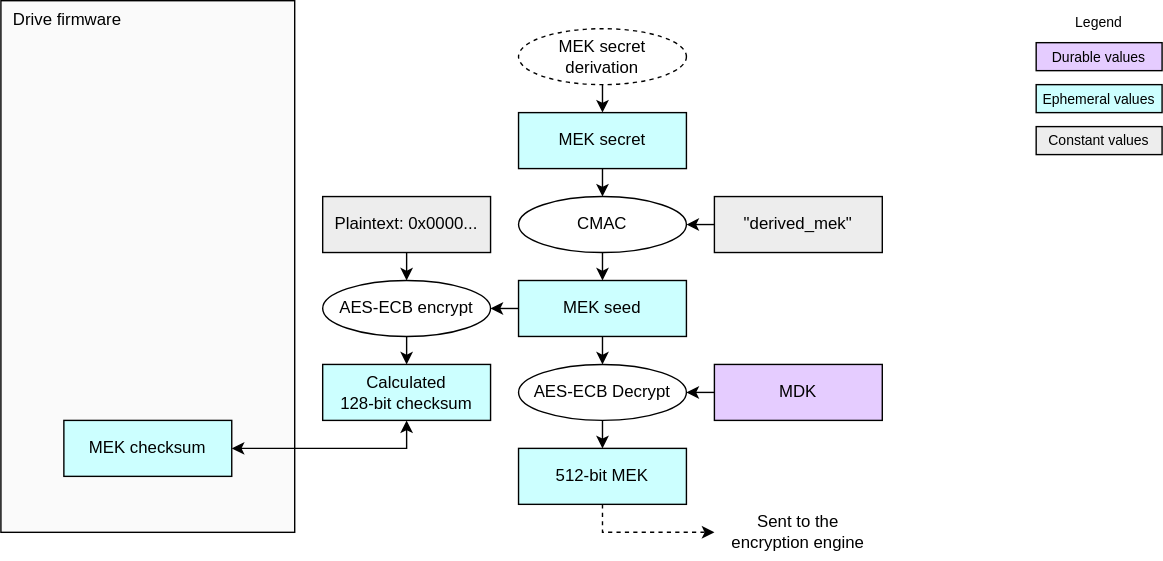
Before: doc/ocp_lock/diagrams/mek_derive.drawio.svg, a diagram exported from draw.io (chipsalliance/Caliptra). Source tidied: cells renumbered, new cells last; positions are measured from the earlier drawing's top-left corner, leaving out a move shared by most shapes.
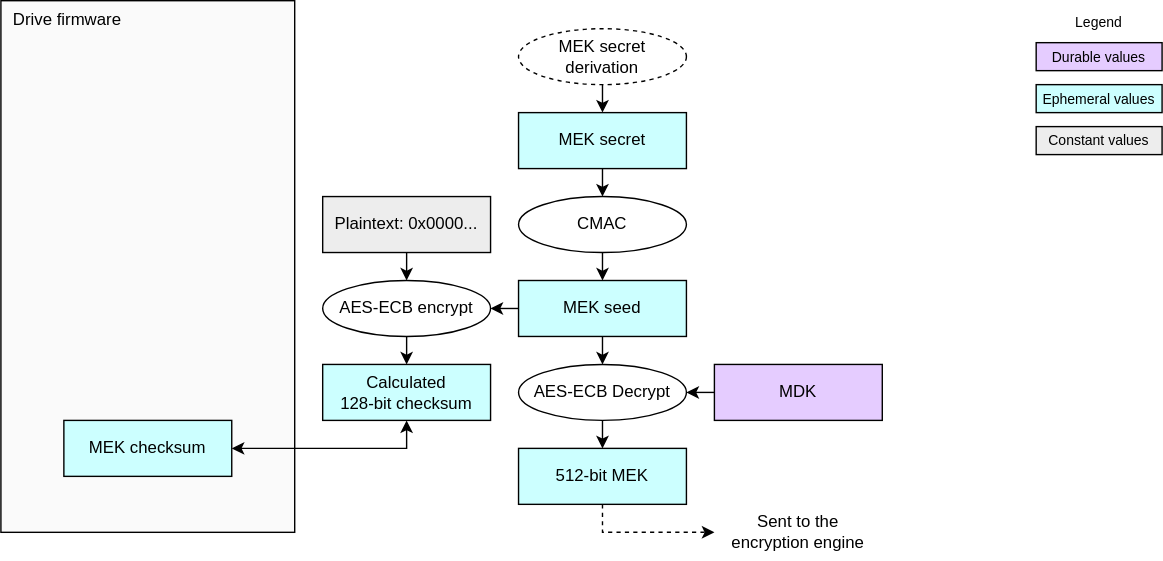
Later version of the same file.

The edit, as a diff of the source:
```diff
@@ -14,12 +14,6 @@
     <mxCell id="5" value="CMAC" style="ellipse;whiteSpace=wrap;html=1;fillColor=#FFFFFF;" parent="1" vertex="1">
       <mxGeometry x="370" y="140" width="120" height="40" as="geometry" />
     </mxCell>
-    <mxCell id="6" style="edgeStyle=none;html=1;exitX=0;exitY=0.5;exitDx=0;exitDy=0;entryX=1;entryY=0.5;entryDx=0;entryDy=0;" parent="1" edge="1" source="7" target="5">
-      <mxGeometry relative="1" as="geometry" />
-    </mxCell>
-    <mxCell id="7" value="&lt;div&gt;&lt;font color=&quot;#000000&quot;&gt;&quot;derived_mek&quot;&lt;/font&gt;&lt;/div&gt;" style="rounded=0;whiteSpace=wrap;html=1;align=center;verticalAlign=middle;shadow=0;glass=0;spacingLeft=0;spacingBottom=0;spacingTop=0;fillColor=#EDEDED;" parent="1" vertex="1">
-      <mxGeometry x="510" y="140" width="120" height="40" as="geometry" />
-    </mxCell>
     <mxCell id="8" style="edgeStyle=none;html=1;exitX=0;exitY=0.5;exitDx=0;exitDy=0;entryX=1;entryY=0.5;entryDx=0;entryDy=0;" parent="1" edge="1" source="22" target="15">
       <mxGeometry relative="1" as="geometry" />
     </mxCell>
```
